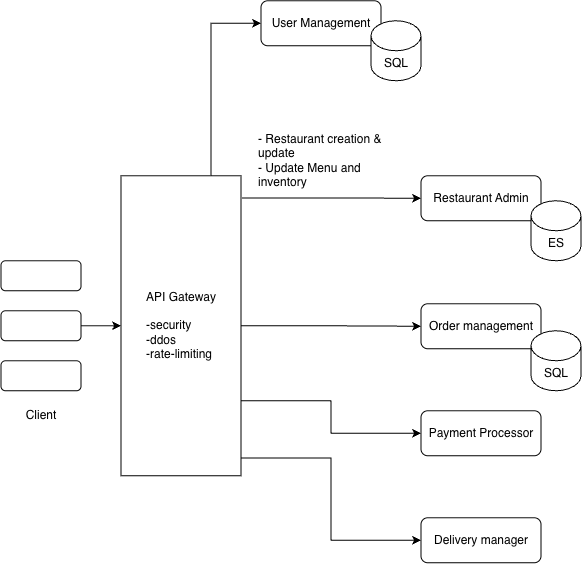
harirehm/draw.io keeps this draw.io diagram as HLD-drawings/swiggy.drawio.png. Above is the earlier version. Source tidied: cells renumbered, new cells last; positions are measured from the earlier drawing's top-left corner, leaving out a move shared by most shapes.
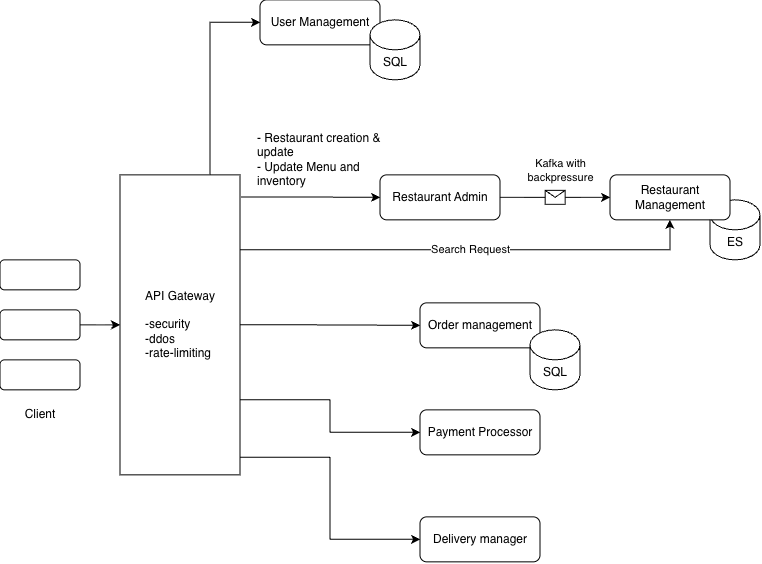
After the change.

What changed in the source:
```diff
@@ -32,14 +32,17 @@
     <mxCell id="11" style="edgeStyle=orthogonalEdgeStyle;rounded=0;jettySize=auto;html=1;exitX=0.75;exitY=0;exitDx=0;exitDy=0;entryX=0;entryY=0.5;entryDx=0;entryDy=0;" parent="1" edge="1" source="12" target="20">
       <mxGeometry relative="1" as="geometry" />
     </mxCell>
+    <mxCell id="22" value="Search Request" style="edgeStyle=orthogonalEdgeStyle;rounded=0;jettySize=auto;html=1;exitX=1;exitY=0.25;exitDx=0;exitDy=0;entryX=0.5;entryY=1;entryDx=0;entryDy=0;" parent="1" edge="1" source="12" target="23">
+      <mxGeometry relative="1" as="geometry" />
+    </mxCell>
     <mxCell id="12" value="API Gateway&lt;div&gt;&lt;br&gt;&lt;/div&gt;&lt;div style=&quot;text-align: left;&quot;&gt;-security&lt;/div&gt;&lt;div style=&quot;text-align: left;&quot;&gt;-ddos&lt;/div&gt;&lt;div style=&quot;text-align: left;&quot;&gt;-rate-limiting&lt;/div&gt;" style="rounded=0;whiteSpace=wrap;html=1;" parent="1" vertex="1">
       <mxGeometry x="120" y="175" width="120" height="300" as="geometry" />
     </mxCell>
     <mxCell id="13" value="Restaurant Admin" style="rounded=1;whiteSpace=wrap;html=1;" parent="1" vertex="1">
-      <mxGeometry x="420" y="175" width="120" height="45" as="geometry" />
+      <mxGeometry x="380" y="175" width="120" height="45" as="geometry" />
     </mxCell>
     <mxCell id="14" value="ES" style="shape=cylinder3;whiteSpace=wrap;html=1;boundedLbl=1;backgroundOutline=1;size=15;" parent="1" vertex="1">
-      <mxGeometry x="530" y="200" width="50" height="60" as="geometry" />
+      <mxGeometry x="710" y="200" width="50" height="60" as="geometry" />
     </mxCell>
     <mxCell id="15" value="- Restaurant creation &amp;amp;&amp;nbsp;&lt;br&gt;update&lt;div&gt;- Update Menu and inventory&lt;/div&gt;" style="text;html=1;whiteSpace=wrap;strokeColor=none;fillColor=none;align=left;verticalAlign=top;rounded=0;" parent="1" vertex="1">
       <mxGeometry x="255" y="125" width="150" height="75" as="geometry" />
@@ -62,5 +65,18 @@
     <mxCell id="21" value="SQL" style="shape=cylinder3;whiteSpace=wrap;html=1;boundedLbl=1;backgroundOutline=1;size=15;" parent="1" vertex="1">
       <mxGeometry x="370" y="20" width="50" height="60" as="geometry" />
     </mxCell>
+    <mxCell id="23" value="Restaurant Management" style="rounded=1;whiteSpace=wrap;html=1;" parent="1" vertex="1">
+      <mxGeometry x="610" y="175" width="120" height="45" as="geometry" />
+    </mxCell>
+    <mxCell id="24" value="Kafka with&lt;div&gt;backpressure&lt;/div&gt;" style="endArrow=classic;html=1;rounded=0;exitX=1;exitY=0.5;exitDx=0;exitDy=0;entryX=0;entryY=0.5;entryDx=0;entryDy=0;" parent="1" edge="1" source="13" target="23">
+      <mxGeometry x="0.09" y="28" relative="1" as="geometry">
+        <mxPoint y="1" as="offset" />
+      </mxGeometry>
+    </mxCell>
+    <mxCell id="25" style="shape=message;html=1;" parent="24" vertex="1">
+      <mxGeometry width="20" height="14" relative="1" as="geometry">
+        <mxPoint x="-10" y="-7" as="offset" />
+      </mxGeometry>
+    </mxCell>
   </root>
 </mxGraphModel>
```
